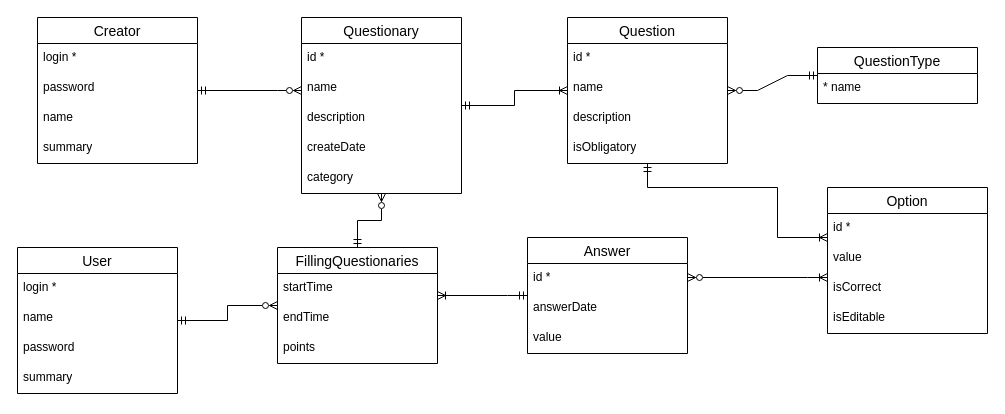
The draw.io diagram entity/surveys-entity.drawio in Rzyczu/surveys-db, before the edit. Source tidied: cells renumbered, new cells numbered last; positions are measured from the earlier drawing's top-left corner, leaving out a move shared by most shapes. Both pictures are drawn from the tidied source at 100%, with x=0, y=0 at pixel (17, 17).
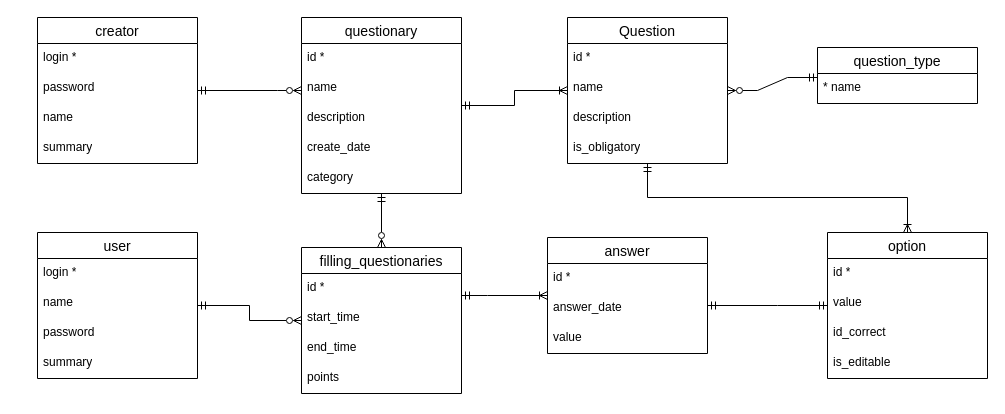
Above is the later version.

Unchanged cells that the change refers to:
```xml
<mxCell id="18" value="Question" style="swimlane;fontStyle=0;horizontal=1;startSize=26;align=center;fontSize=14;" parent="1" vertex="1">
  <mxGeometry x="550" width="160" height="146" as="geometry" />
</mxCell>
```

Change to the diagram source:
```diff
@@
-    <mxCell id="2" value="User" style="swimlane;fontStyle=0;horizontal=1;startSize=26;align=center;fontSize=14;" parent="1" vertex="1">
-      <mxGeometry y="230" width="160" height="146" as="geometry" />
+    <mxCell id="2" value="user" style="swimlane;fontStyle=0;horizontal=1;startSize=26;align=center;fontSize=14;" parent="1" vertex="1">
+      <mxGeometry x="20" y="215" width="160" height="146" as="geometry" />
     </mxCell>
@@
-    <mxCell id="7" value="Questionary" style="swimlane;fontStyle=0;horizontal=1;startSize=26;align=center;fontSize=14;" parent="1" vertex="1">
+    <mxCell id="7" value="questionary" style="swimlane;fontStyle=0;horizontal=1;startSize=26;align=center;fontSize=14;" parent="1" vertex="1">
       <mxGeometry x="284" width="160" height="176" as="geometry" />
     </mxCell>
@@
-    <mxCell id="11" value="createDate" style="text;strokeColor=none;fillColor=none;spacingLeft=4;spacingRight=4;overflow=hidden;fontSize=12;whiteSpace=wrap;html=1;" parent="7" vertex="1">
+    <mxCell id="11" value="create_date" style="text;strokeColor=none;fillColor=none;spacingLeft=4;spacingRight=4;overflow=hidden;fontSize=12;whiteSpace=wrap;html=1;" parent="7" vertex="1">
       <mxGeometry y="116" width="160" height="30" as="geometry" />
     </mxCell>
@@
-    <mxCell id="13" value="Option" style="swimlane;fontStyle=0;horizontal=1;startSize=26;align=center;fontSize=14;" parent="1" vertex="1">
-      <mxGeometry x="810" y="170" width="160" height="146" as="geometry" />
+    <mxCell id="13" value="option" style="swimlane;fontStyle=0;horizontal=1;startSize=26;align=center;fontSize=14;" parent="1" vertex="1">
+      <mxGeometry x="810" y="215" width="160" height="146" as="geometry" />
     </mxCell>
@@
-    <mxCell id="16" value="isCorrect" style="text;strokeColor=none;fillColor=none;spacingLeft=4;spacingRight=4;overflow=hidden;fontSize=12;whiteSpace=wrap;html=1;" parent="13" vertex="1">
+    <mxCell id="16" value="id_correct" style="text;strokeColor=none;fillColor=none;spacingLeft=4;spacingRight=4;overflow=hidden;fontSize=12;whiteSpace=wrap;html=1;" parent="13" vertex="1">
       <mxGeometry y="86" width="160" height="30" as="geometry" />
     </mxCell>
-    <mxCell id="17" value="isEditable" style="text;strokeColor=none;fillColor=none;spacingLeft=4;spacingRight=4;overflow=hidden;fontSize=12;whiteSpace=wrap;html=1;" parent="13" vertex="1">
+    <mxCell id="17" value="is_editable" style="text;strokeColor=none;fillColor=none;spacingLeft=4;spacingRight=4;overflow=hidden;fontSize=12;whiteSpace=wrap;html=1;" parent="13" vertex="1">
       <mxGeometry y="116" width="160" height="30" as="geometry" />
     </mxCell>
@@
-    <mxCell id="22" value="isObligatory" style="text;strokeColor=none;fillColor=none;spacingLeft=4;spacingRight=4;overflow=hidden;fontSize=12;whiteSpace=wrap;html=1;" parent="18" vertex="1">
+    <mxCell id="22" value="is_obligatory" style="text;strokeColor=none;fillColor=none;spacingLeft=4;spacingRight=4;overflow=hidden;fontSize=12;whiteSpace=wrap;html=1;" parent="18" vertex="1">
       <mxGeometry y="116" width="160" height="30" as="geometry" />
     </mxCell>
-    <mxCell id="23" style="edgeStyle=orthogonalEdgeStyle;fontSize=12;html=1;endArrow=ERzeroToMany;endFill=0;rounded=0;startArrow=ERmandOne;startFill=0;" parent="1" edge="1" source="33" target="7">
+    <mxCell id="23" style="edgeStyle=orthogonalEdgeStyle;fontSize=12;html=1;endArrow=ERzeroToMany;endFill=0;rounded=0;startArrow=ERmandOne;startFill=0;" parent="1" edge="1" source="7" target="33">
       <mxGeometry relative="1" as="geometry" />
     </mxCell>
@@
-    <mxCell id="25" value="Creator" style="swimlane;fontStyle=0;horizontal=1;startSize=26;align=center;fontSize=14;" parent="1" vertex="1">
+    <mxCell id="25" value="creator" style="swimlane;fontStyle=0;horizontal=1;startSize=26;align=center;fontSize=14;" parent="1" vertex="1">
       <mxGeometry x="20" width="160" height="146" as="geometry" />
     </mxCell>
@@
     <mxCell id="32" style="edgeStyle=orthogonalEdgeStyle;fontSize=12;html=1;endArrow=ERoneToMany;startArrow=ERmandOne;rounded=0;startFill=0;endFill=0;" parent="1" edge="1" source="18" target="13">
       <mxGeometry relative="1" as="geometry">
         <Array as="points">
-          <mxPoint x="630" y="170" />
-          <mxPoint x="760" y="170" />
-          <mxPoint x="760" y="220" />
+          <mxPoint x="630" y="180" />
+          <mxPoint x="890" y="180" />
         </Array>
       </mxGeometry>
     </mxCell>
-    <mxCell id="33" value="FillingQuestionaries" style="swimlane;fontStyle=0;horizontal=1;startSize=26;align=center;fontSize=14;" parent="1" vertex="1">
-      <mxGeometry x="260" y="230" width="160" height="116" as="geometry" />
+    <mxCell id="33" value="filling_questionaries" style="swimlane;fontStyle=0;horizontal=1;startSize=26;align=center;fontSize=14;" parent="1" vertex="1">
+      <mxGeometry x="284" y="230" width="160" height="146" as="geometry" />
     </mxCell>
+    <mxCell id="46" value="id *" style="text;strokeColor=none;fillColor=none;spacingLeft=4;spacingRight=4;overflow=hidden;fontSize=12;whiteSpace=wrap;html=1;" parent="33" vertex="1">
+      <mxGeometry y="26" width="160" height="30" as="geometry" />
+    </mxCell>
-    <mxCell id="34" value="startTime" style="text;strokeColor=none;fillColor=none;spacingLeft=4;spacingRight=4;overflow=hidden;fontSize=12;whiteSpace=wrap;html=1;" parent="33" vertex="1">
-      <mxGeometry y="26" width="160" height="30" as="geometry" />
+    <mxCell id="34" value="start_time" style="text;strokeColor=none;fillColor=none;spacingLeft=4;spacingRight=4;overflow=hidden;fontSize=12;whiteSpace=wrap;html=1;" parent="33" vertex="1">
+      <mxGeometry y="56" width="160" height="30" as="geometry" />
     </mxCell>
-    <mxCell id="35" value="endTime" style="text;strokeColor=none;fillColor=none;spacingLeft=4;spacingRight=4;overflow=hidden;fontSize=12;whiteSpace=wrap;html=1;" parent="33" vertex="1">
-      <mxGeometry y="56" width="160" height="30" as="geometry" />
+    <mxCell id="35" value="end_time" style="text;strokeColor=none;fillColor=none;spacingLeft=4;spacingRight=4;overflow=hidden;fontSize=12;whiteSpace=wrap;html=1;" parent="33" vertex="1">
+      <mxGeometry y="86" width="160" height="30" as="geometry" />
     </mxCell>
     <mxCell id="36" value="points" style="text;strokeColor=none;fillColor=none;spacingLeft=4;spacingRight=4;overflow=hidden;fontSize=12;whiteSpace=wrap;html=1;" parent="33" vertex="1">
-      <mxGeometry y="86" width="160" height="30" as="geometry" />
+      <mxGeometry y="116" width="160" height="30" as="geometry" />
     </mxCell>
-    <mxCell id="37" value="Answer" style="swimlane;fontStyle=0;horizontal=1;startSize=26;align=center;fontSize=14;" parent="1" vertex="1">
-      <mxGeometry x="510" y="220" width="160" height="116" as="geometry" />
+    <mxCell id="37" value="answer" style="swimlane;fontStyle=0;horizontal=1;startSize=26;align=center;fontSize=14;" parent="1" vertex="1">
+      <mxGeometry x="530" y="220" width="160" height="116" as="geometry" />
     </mxCell>
@@
-    <mxCell id="39" value="answerDate" style="text;strokeColor=none;fillColor=none;spacingLeft=4;spacingRight=4;overflow=hidden;fontSize=12;whiteSpace=wrap;html=1;" parent="37" vertex="1">
+    <mxCell id="39" value="answer_date" style="text;strokeColor=none;fillColor=none;spacingLeft=4;spacingRight=4;overflow=hidden;fontSize=12;whiteSpace=wrap;html=1;" parent="37" vertex="1">
       <mxGeometry y="56" width="160" height="30" as="geometry" />
     </mxCell>
@@
-    <mxCell id="41" style="edgeStyle=orthogonalEdgeStyle;fontSize=12;html=1;endArrow=ERoneToMany;startArrow=ERmandOne;rounded=0;endFill=0;" parent="1" edge="1" source="37" target="33">
+    <mxCell id="41" style="edgeStyle=orthogonalEdgeStyle;fontSize=12;html=1;endArrow=ERoneToMany;startArrow=ERmandOne;rounded=0;endFill=0;" parent="1" edge="1" source="33" target="37">
       <mxGeometry relative="1" as="geometry">
         <Array as="points">
-          <mxPoint x="490" y="278" />
-          <mxPoint x="490" y="278" />
+          <mxPoint x="470" y="278" />
+          <mxPoint x="470" y="278" />
         </Array>
       </mxGeometry>
     </mxCell>
-    <mxCell id="42" style="edgeStyle=orthogonalEdgeStyle;fontSize=12;html=1;endArrow=ERoneToMany;startArrow=ERzeroToMany;rounded=0;startFill=0;endFill=0;" parent="1" edge="1" source="37" target="13">
-      <mxGeometry relative="1" as="geometry">
-        <Array as="points">
-          <mxPoint x="790" y="260" />
-          <mxPoint x="790" y="260" />
-        </Array>
-      </mxGeometry>
-    </mxCell>
-    <mxCell id="43" value="QuestionType" style="swimlane;fontStyle=0;horizontal=1;startSize=26;align=center;fontSize=14;" parent="1" vertex="1">
+    <mxCell id="43" value="question_type" style="swimlane;fontStyle=0;horizontal=1;startSize=26;align=center;fontSize=14;" parent="1" vertex="1">
       <mxGeometry x="800" y="30" width="160" height="56" as="geometry" />
     </mxCell>
@@
-    <mxCell id="45" style="edgeStyle=entityRelationEdgeStyle;fontSize=12;html=1;endArrow=ERmandOne;startArrow=ERzeroToMany;rounded=0;startFill=0;" parent="1" edge="1" source="18" target="43">
-      <mxGeometry relative="1" as="geometry" />
+    <mxCell id="45" style="edgeStyle=entityRelationEdgeStyle;fontSize=12;html=1;endArrow=ERmandOne;startArrow=ERzeroToMany;rounded=0;startFill=0;" parent="1" edge="1" source="18">
+      <mxGeometry relative="1" as="geometry">
+        <mxPoint x="800" y="60" as="targetPoint" />
+      </mxGeometry>
     </mxCell>
+    <mxCell id="42" style="edgeStyle=orthogonalEdgeStyle;fontSize=12;html=1;endArrow=ERmandOne;startArrow=ERmandOne;rounded=0;startFill=0;endFill=0;" parent="1" edge="1" source="37" target="13">
+      <mxGeometry relative="1" as="geometry">
+        <Array as="points">
+          <mxPoint x="760" y="288" />
+          <mxPoint x="760" y="288" />
+        </Array>
+      </mxGeometry>
+    </mxCell>
```
